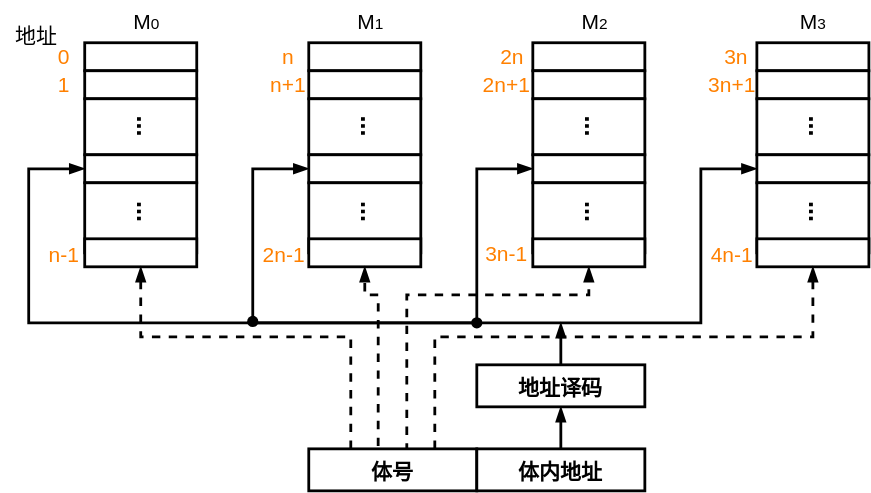
Earlier version of the draw.io export pictures/计算机组成原理-高位交叉编址.drawio.svg (creatern/NoteBook). Source tidied: cells renumbered, new cells last; positions are measured from the earlier drawing's top-left corner, leaving out a move shared by most shapes. Source of this version:
```xml
<mxGraphModel>
  <root>
    <mxCell id="0" />
    <mxCell id="1" parent="0" />
    <mxCell id="2" style="rounded=0;whiteSpace=wrap;html=1;strokeWidth=2;fontSize=22;" parent="1" vertex="1">
      <mxGeometry x="60" y="30" width="80" height="20" as="geometry" />
    </mxCell>
    <mxCell id="3" style="rounded=0;whiteSpace=wrap;html=1;strokeWidth=2;fontSize=22;" parent="1" vertex="1">
      <mxGeometry x="60" y="50" width="80" height="20" as="geometry" />
    </mxCell>
    <mxCell id="4" style="rounded=0;whiteSpace=wrap;html=1;strokeWidth=2;fontSize=22;" parent="1" vertex="1">
      <mxGeometry x="60" y="70" width="80" height="40" as="geometry" />
    </mxCell>
    <mxCell id="5" style="rounded=0;whiteSpace=wrap;html=1;strokeWidth=2;fontSize=22;" parent="1" vertex="1">
      <mxGeometry x="60" y="110" width="80" height="20" as="geometry" />
    </mxCell>
    <mxCell id="6" style="rounded=0;whiteSpace=wrap;html=1;strokeWidth=2;fontSize=22;" parent="1" vertex="1">
      <mxGeometry x="60" y="130" width="80" height="50" as="geometry" />
    </mxCell>
    <mxCell id="7" style="rounded=0;whiteSpace=wrap;html=1;strokeWidth=2;fontSize=22;" parent="1" vertex="1">
      <mxGeometry x="60" y="170" width="80" height="20" as="geometry" />
    </mxCell>
    <mxCell id="8" value="&lt;b&gt;&lt;font style=&quot;font-size: 18px;&quot;&gt;...&lt;/font&gt;&lt;/b&gt;" style="text;html=1;strokeColor=none;fillColor=none;align=center;verticalAlign=middle;whiteSpace=wrap;rounded=0;rotation=90;" parent="1" vertex="1">
      <mxGeometry x="74" y="136" width="60" height="30" as="geometry" />
    </mxCell>
    <mxCell id="9" value="&lt;b&gt;&lt;font style=&quot;font-size: 18px;&quot;&gt;...&lt;/font&gt;&lt;/b&gt;" style="text;html=1;strokeColor=none;fillColor=none;align=center;verticalAlign=middle;whiteSpace=wrap;rounded=0;rotation=90;" parent="1" vertex="1">
      <mxGeometry x="74" y="75" width="60" height="30" as="geometry" />
    </mxCell>
    <mxCell id="10" value="&lt;font style=&quot;font-size: 15px;&quot;&gt;地址&lt;/font&gt;" style="text;html=1;align=center;verticalAlign=middle;strokeColor=none;fillColor=none;" parent="1" vertex="1">
      <mxGeometry y="10" width="50" height="30" as="geometry" />
    </mxCell>
    <mxCell id="11" value="&lt;font style=&quot;font-size: 15px;&quot;&gt;0&lt;/font&gt;" style="text;html=1;align=center;verticalAlign=middle;strokeColor=none;fillColor=none;fontColor=#FF8000;fontStyle=0;" parent="1" vertex="1">
      <mxGeometry x="30" y="25" width="30" height="30" as="geometry" />
    </mxCell>
    <mxCell id="12" value="&lt;font style=&quot;font-size: 15px;&quot;&gt;1&lt;/font&gt;" style="text;html=1;align=center;verticalAlign=middle;strokeColor=none;fillColor=none;fontColor=#FF8000;fontStyle=0;" parent="1" vertex="1">
      <mxGeometry x="30" y="45" width="30" height="30" as="geometry" />
    </mxCell>
    <mxCell id="13" value="&lt;font style=&quot;font-size: 15px;&quot;&gt;n-1&lt;/font&gt;" style="text;html=1;align=center;verticalAlign=middle;strokeColor=none;fillColor=none;fontColor=#FF8000;fontStyle=0;" parent="1" vertex="1">
      <mxGeometry x="20" y="166" width="50" height="30" as="geometry" />
    </mxCell>
    <mxCell id="14" style="rounded=0;whiteSpace=wrap;html=1;strokeWidth=2;fontSize=22;" parent="1" vertex="1">
      <mxGeometry x="220" y="30" width="80" height="20" as="geometry" />
    </mxCell>
    <mxCell id="15" style="rounded=0;whiteSpace=wrap;html=1;strokeWidth=2;fontSize=22;" parent="1" vertex="1">
      <mxGeometry x="220" y="50" width="80" height="20" as="geometry" />
    </mxCell>
    <mxCell id="16" style="rounded=0;whiteSpace=wrap;html=1;strokeWidth=2;fontSize=22;" parent="1" vertex="1">
      <mxGeometry x="220" y="70" width="80" height="40" as="geometry" />
    </mxCell>
    <mxCell id="17" style="edgeStyle=orthogonalEdgeStyle;shape=connector;rounded=0;jettySize=auto;html=1;exitX=0;exitY=0.5;exitDx=0;exitDy=0;entryX=0;entryY=0.5;entryDx=0;entryDy=0;labelBackgroundColor=default;strokeColor=default;strokeWidth=2;fontFamily=Helvetica;fontSize=11;fontColor=default;endArrow=blockThin;endFill=1;startArrow=blockThin;startFill=1;" parent="1" edge="1" source="41" target="5">
      <mxGeometry relative="1" as="geometry">
        <Array as="points">
          <mxPoint x="500" y="120" />
          <mxPoint x="500" y="230" />
          <mxPoint x="20" y="230" />
          <mxPoint x="20" y="120" />
        </Array>
      </mxGeometry>
    </mxCell>
    <mxCell id="18" style="edgeStyle=orthogonalEdgeStyle;shape=connector;rounded=0;jettySize=auto;html=1;exitX=0;exitY=0.5;exitDx=0;exitDy=0;entryX=0;entryY=0.5;entryDx=0;entryDy=0;labelBackgroundColor=default;strokeColor=default;strokeWidth=2;fontFamily=Helvetica;fontSize=11;fontColor=default;startArrow=blockThin;startFill=1;endArrow=blockThin;endFill=1;" parent="1" edge="1" source="19" target="30">
      <mxGeometry relative="1" as="geometry">
        <Array as="points">
          <mxPoint x="180" y="120" />
          <mxPoint x="180" y="230" />
          <mxPoint x="340" y="230" />
          <mxPoint x="340" y="120" />
        </Array>
      </mxGeometry>
    </mxCell>
    <mxCell id="19" style="rounded=0;whiteSpace=wrap;html=1;strokeWidth=2;fontSize=22;" parent="1" vertex="1">
      <mxGeometry x="220" y="110" width="80" height="20" as="geometry" />
    </mxCell>
    <mxCell id="20" style="rounded=0;whiteSpace=wrap;html=1;strokeWidth=2;fontSize=22;" parent="1" vertex="1">
      <mxGeometry x="220" y="130" width="80" height="50" as="geometry" />
    </mxCell>
    <mxCell id="21" style="rounded=0;whiteSpace=wrap;html=1;strokeWidth=2;fontSize=22;" parent="1" vertex="1">
      <mxGeometry x="220" y="170" width="80" height="20" as="geometry" />
    </mxCell>
    <mxCell id="22" value="&lt;b&gt;&lt;font style=&quot;font-size: 18px;&quot;&gt;...&lt;/font&gt;&lt;/b&gt;" style="text;html=1;strokeColor=none;fillColor=none;align=center;verticalAlign=middle;whiteSpace=wrap;rounded=0;rotation=90;" parent="1" vertex="1">
      <mxGeometry x="234" y="136" width="60" height="30" as="geometry" />
    </mxCell>
    <mxCell id="23" value="&lt;b&gt;&lt;font style=&quot;font-size: 18px;&quot;&gt;...&lt;/font&gt;&lt;/b&gt;" style="text;html=1;strokeColor=none;fillColor=none;align=center;verticalAlign=middle;whiteSpace=wrap;rounded=0;rotation=90;" parent="1" vertex="1">
      <mxGeometry x="234" y="75" width="60" height="30" as="geometry" />
    </mxCell>
    <mxCell id="24" value="&lt;font style=&quot;font-size: 15px;&quot;&gt;n&lt;/font&gt;" style="text;html=1;align=center;verticalAlign=middle;strokeColor=none;fillColor=none;fontColor=#FF8000;fontStyle=0;" parent="1" vertex="1">
      <mxGeometry x="190" y="25" width="30" height="30" as="geometry" />
    </mxCell>
    <mxCell id="25" value="&lt;font style=&quot;font-size: 15px;&quot;&gt;n+1&lt;/font&gt;" style="text;html=1;align=center;verticalAlign=middle;strokeColor=none;fillColor=none;fontColor=#FF8000;fontStyle=0;" parent="1" vertex="1">
      <mxGeometry x="180" y="45" width="50" height="30" as="geometry" />
    </mxCell>
    <mxCell id="26" value="&lt;font style=&quot;font-size: 15px;&quot;&gt;2n-1&lt;/font&gt;" style="text;html=1;align=center;verticalAlign=middle;strokeColor=none;fillColor=none;fontColor=#FF8000;fontStyle=0;" parent="1" vertex="1">
      <mxGeometry x="177" y="166" width="50" height="30" as="geometry" />
    </mxCell>
    <mxCell id="27" style="rounded=0;whiteSpace=wrap;html=1;strokeWidth=2;fontSize=22;" parent="1" vertex="1">
      <mxGeometry x="380" y="30" width="80" height="20" as="geometry" />
    </mxCell>
    <mxCell id="28" style="rounded=0;whiteSpace=wrap;html=1;strokeWidth=2;fontSize=22;" parent="1" vertex="1">
      <mxGeometry x="380" y="50" width="80" height="20" as="geometry" />
    </mxCell>
    <mxCell id="29" style="rounded=0;whiteSpace=wrap;html=1;strokeWidth=2;fontSize=22;" parent="1" vertex="1">
      <mxGeometry x="380" y="70" width="80" height="40" as="geometry" />
    </mxCell>
    <mxCell id="30" style="rounded=0;whiteSpace=wrap;html=1;strokeWidth=2;fontSize=22;" parent="1" vertex="1">
      <mxGeometry x="380" y="110" width="80" height="20" as="geometry" />
    </mxCell>
    <mxCell id="31" style="rounded=0;whiteSpace=wrap;html=1;strokeWidth=2;fontSize=22;" parent="1" vertex="1">
      <mxGeometry x="380" y="130" width="80" height="50" as="geometry" />
    </mxCell>
    <mxCell id="32" style="rounded=0;whiteSpace=wrap;html=1;strokeWidth=2;fontSize=22;" parent="1" vertex="1">
      <mxGeometry x="380" y="170" width="80" height="20" as="geometry" />
    </mxCell>
    <mxCell id="33" value="&lt;b&gt;&lt;font style=&quot;font-size: 18px;&quot;&gt;...&lt;/font&gt;&lt;/b&gt;" style="text;html=1;strokeColor=none;fillColor=none;align=center;verticalAlign=middle;whiteSpace=wrap;rounded=0;rotation=90;" parent="1" vertex="1">
      <mxGeometry x="394" y="136" width="60" height="30" as="geometry" />
    </mxCell>
    <mxCell id="34" value="&lt;b&gt;&lt;font style=&quot;font-size: 18px;&quot;&gt;...&lt;/font&gt;&lt;/b&gt;" style="text;html=1;strokeColor=none;fillColor=none;align=center;verticalAlign=middle;whiteSpace=wrap;rounded=0;rotation=90;" parent="1" vertex="1">
      <mxGeometry x="394" y="75" width="60" height="30" as="geometry" />
    </mxCell>
    <mxCell id="35" value="&lt;font style=&quot;font-size: 15px;&quot;&gt;2n&lt;/font&gt;" style="text;html=1;align=center;verticalAlign=middle;strokeColor=none;fillColor=none;fontColor=#FF8000;fontStyle=0;" parent="1" vertex="1">
      <mxGeometry x="345" y="25" width="40" height="30" as="geometry" />
    </mxCell>
    <mxCell id="36" value="&lt;font style=&quot;font-size: 15px;&quot;&gt;2n+1&lt;/font&gt;" style="text;html=1;align=center;verticalAlign=middle;strokeColor=none;fillColor=none;fontColor=#FF8000;fontStyle=0;" parent="1" vertex="1">
      <mxGeometry x="331" y="45" width="60" height="30" as="geometry" />
    </mxCell>
    <mxCell id="37" value="&lt;font style=&quot;font-size: 15px;&quot;&gt;3n-1&lt;/font&gt;" style="text;html=1;align=center;verticalAlign=middle;strokeColor=none;fillColor=none;fontColor=#FF8000;fontStyle=0;" parent="1" vertex="1">
      <mxGeometry x="336" y="165" width="50" height="30" as="geometry" />
    </mxCell>
    <mxCell id="38" style="rounded=0;whiteSpace=wrap;html=1;strokeWidth=2;fontSize=22;" parent="1" vertex="1">
      <mxGeometry x="540" y="30" width="80" height="20" as="geometry" />
    </mxCell>
    <mxCell id="39" style="rounded=0;whiteSpace=wrap;html=1;strokeWidth=2;fontSize=22;" parent="1" vertex="1">
      <mxGeometry x="540" y="50" width="80" height="20" as="geometry" />
    </mxCell>
    <mxCell id="40" style="rounded=0;whiteSpace=wrap;html=1;strokeWidth=2;fontSize=22;" parent="1" vertex="1">
      <mxGeometry x="540" y="70" width="80" height="40" as="geometry" />
    </mxCell>
    <mxCell id="41" style="rounded=0;whiteSpace=wrap;html=1;strokeWidth=2;fontSize=22;" parent="1" vertex="1">
      <mxGeometry x="540" y="110" width="80" height="20" as="geometry" />
    </mxCell>
    <mxCell id="42" style="rounded=0;whiteSpace=wrap;html=1;strokeWidth=2;fontSize=22;" parent="1" vertex="1">
      <mxGeometry x="540" y="130" width="80" height="50" as="geometry" />
    </mxCell>
    <mxCell id="43" style="rounded=0;whiteSpace=wrap;html=1;strokeWidth=2;fontSize=22;" parent="1" vertex="1">
      <mxGeometry x="540" y="170" width="80" height="20" as="geometry" />
    </mxCell>
    <mxCell id="44" value="&lt;b&gt;&lt;font style=&quot;font-size: 18px;&quot;&gt;...&lt;/font&gt;&lt;/b&gt;" style="text;html=1;strokeColor=none;fillColor=none;align=center;verticalAlign=middle;whiteSpace=wrap;rounded=0;rotation=90;" parent="1" vertex="1">
      <mxGeometry x="554" y="136" width="60" height="30" as="geometry" />
    </mxCell>
    <mxCell id="45" value="&lt;b&gt;&lt;font style=&quot;font-size: 18px;&quot;&gt;...&lt;/font&gt;&lt;/b&gt;" style="text;html=1;strokeColor=none;fillColor=none;align=center;verticalAlign=middle;whiteSpace=wrap;rounded=0;rotation=90;" parent="1" vertex="1">
      <mxGeometry x="554" y="75" width="60" height="30" as="geometry" />
    </mxCell>
    <mxCell id="46" value="&lt;font style=&quot;font-size: 15px;&quot;&gt;3n&lt;/font&gt;" style="text;html=1;align=center;verticalAlign=middle;strokeColor=none;fillColor=none;fontColor=#FF8000;fontStyle=0;" parent="1" vertex="1">
      <mxGeometry x="505" y="25" width="40" height="30" as="geometry" />
    </mxCell>
    <mxCell id="47" value="&lt;font style=&quot;font-size: 15px;&quot;&gt;3n+1&lt;/font&gt;" style="text;html=1;align=center;verticalAlign=middle;strokeColor=none;fillColor=none;fontColor=#FF8000;fontStyle=0;" parent="1" vertex="1">
      <mxGeometry x="492" y="45" width="60" height="30" as="geometry" />
    </mxCell>
    <mxCell id="48" value="&lt;font style=&quot;font-size: 15px;&quot;&gt;4n-1&lt;/font&gt;" style="text;html=1;align=center;verticalAlign=middle;strokeColor=none;fillColor=none;fontColor=#FF8000;fontStyle=0;" parent="1" vertex="1">
      <mxGeometry x="497" y="166" width="50" height="30" as="geometry" />
    </mxCell>
    <mxCell id="49" style="edgeStyle=orthogonalEdgeStyle;shape=connector;rounded=0;jettySize=auto;html=1;exitX=0.25;exitY=0;exitDx=0;exitDy=0;entryX=0.5;entryY=1;entryDx=0;entryDy=0;labelBackgroundColor=default;strokeColor=default;strokeWidth=2;fontFamily=Helvetica;fontSize=11;fontColor=default;startArrow=none;startFill=0;endArrow=blockThin;endFill=1;dashed=1;" parent="1" edge="1" source="53" target="7">
      <mxGeometry relative="1" as="geometry">
        <Array as="points">
          <mxPoint x="250" y="240" />
          <mxPoint x="100" y="240" />
        </Array>
      </mxGeometry>
    </mxCell>
    <mxCell id="50" style="edgeStyle=orthogonalEdgeStyle;shape=connector;rounded=0;jettySize=auto;html=1;exitX=0.75;exitY=0;exitDx=0;exitDy=0;entryX=0.5;entryY=1;entryDx=0;entryDy=0;dashed=1;labelBackgroundColor=default;strokeColor=default;strokeWidth=2;fontFamily=Helvetica;fontSize=11;fontColor=default;startArrow=none;startFill=0;endArrow=blockThin;endFill=1;" parent="1" edge="1" source="53" target="43">
      <mxGeometry relative="1" as="geometry">
        <Array as="points">
          <mxPoint x="310" y="240" />
          <mxPoint x="580" y="240" />
        </Array>
      </mxGeometry>
    </mxCell>
    <mxCell id="51" style="edgeStyle=orthogonalEdgeStyle;shape=connector;rounded=0;jettySize=auto;html=1;exitX=0.413;exitY=-0.067;exitDx=0;exitDy=0;entryX=0.5;entryY=1;entryDx=0;entryDy=0;dashed=1;labelBackgroundColor=default;strokeColor=default;strokeWidth=2;fontFamily=Helvetica;fontSize=11;fontColor=default;startArrow=none;startFill=0;endArrow=blockThin;endFill=1;exitPerimeter=0;" parent="1" edge="1" source="53" target="21">
      <mxGeometry relative="1" as="geometry">
        <Array as="points">
          <mxPoint x="270" y="210" />
          <mxPoint x="260" y="210" />
        </Array>
      </mxGeometry>
    </mxCell>
    <mxCell id="52" style="edgeStyle=orthogonalEdgeStyle;shape=connector;rounded=0;jettySize=auto;html=1;exitX=0.592;exitY=0.033;exitDx=0;exitDy=0;entryX=0.5;entryY=1;entryDx=0;entryDy=0;dashed=1;labelBackgroundColor=default;strokeColor=default;strokeWidth=2;fontFamily=Helvetica;fontSize=11;fontColor=default;startArrow=none;startFill=0;endArrow=blockThin;endFill=1;exitPerimeter=0;" parent="1" edge="1" source="53" target="32">
      <mxGeometry relative="1" as="geometry">
        <Array as="points">
          <mxPoint x="290" y="321" />
          <mxPoint x="290" y="210" />
          <mxPoint x="420" y="210" />
        </Array>
      </mxGeometry>
    </mxCell>
    <mxCell id="53" value="&lt;font style=&quot;font-size: 15px;&quot;&gt;体号&lt;/font&gt;" style="rounded=0;whiteSpace=wrap;html=1;strokeWidth=2;fontSize=22;fontStyle=1;" parent="1" vertex="1">
      <mxGeometry x="220" y="320" width="120" height="30" as="geometry" />
    </mxCell>
    <mxCell id="54" style="edgeStyle=orthogonalEdgeStyle;rounded=0;jettySize=auto;html=1;exitX=0.5;exitY=0;exitDx=0;exitDy=0;entryX=0.5;entryY=1;entryDx=0;entryDy=0;endArrow=blockThin;endFill=1;strokeWidth=2;" parent="1" edge="1" source="55" target="57">
      <mxGeometry relative="1" as="geometry" />
    </mxCell>
    <mxCell id="55" value="&lt;font style=&quot;font-size: 15px;&quot;&gt;体内地址&lt;/font&gt;" style="rounded=0;whiteSpace=wrap;html=1;strokeWidth=2;fontSize=22;fontStyle=1;" parent="1" vertex="1">
      <mxGeometry x="340" y="320" width="120" height="30" as="geometry" />
    </mxCell>
    <mxCell id="56" style="edgeStyle=orthogonalEdgeStyle;rounded=0;jettySize=auto;html=1;exitX=0.5;exitY=0;exitDx=0;exitDy=0;endArrow=blockThin;endFill=1;strokeWidth=2;" parent="1" edge="1" source="57">
      <mxGeometry relative="1" as="geometry">
        <mxPoint x="400" y="230" as="targetPoint" />
      </mxGeometry>
    </mxCell>
    <mxCell id="57" value="&lt;font style=&quot;font-size: 15px;&quot;&gt;地址译码&lt;/font&gt;" style="rounded=0;whiteSpace=wrap;html=1;strokeWidth=2;fontSize=22;fontStyle=1;" parent="1" vertex="1">
      <mxGeometry x="340" y="260" width="120" height="30" as="geometry" />
    </mxCell>
    <mxCell id="58" style="shape=waypoint;sketch=0;fillStyle=solid;size=6;fillColor=none;perimeter=centerPerimeter;fontFamily=Helvetica;fontSize=11;fontColor=default;strokeWidth=2;" parent="1" vertex="1">
      <mxGeometry x="170" y="219" width="20" height="20" as="geometry" />
    </mxCell>
    <mxCell id="59" style="shape=waypoint;sketch=0;fillStyle=solid;size=6;fillColor=none;perimeter=centerPerimeter;fontFamily=Helvetica;fontSize=11;fontColor=default;strokeWidth=2;" parent="1" vertex="1">
      <mxGeometry x="330" y="220" width="20" height="20" as="geometry" />
    </mxCell>
    <mxCell id="60" value="&lt;font style=&quot;font-size: 15px;&quot;&gt;M&lt;/font&gt;&lt;font style=&quot;font-size: 11px;&quot;&gt;0&lt;/font&gt;" style="text;html=1;align=center;verticalAlign=middle;strokeColor=none;fillColor=none;" parent="1" vertex="1">
      <mxGeometry x="84" width="40" height="30" as="geometry" />
    </mxCell>
    <mxCell id="61" value="&lt;font style=&quot;font-size: 15px;&quot;&gt;M&lt;/font&gt;&lt;font style=&quot;font-size: 11px;&quot;&gt;1&lt;/font&gt;" style="text;html=1;align=center;verticalAlign=middle;strokeColor=none;fillColor=none;" parent="1" vertex="1">
      <mxGeometry x="244" width="40" height="30" as="geometry" />
    </mxCell>
    <mxCell id="62" value="&lt;font style=&quot;font-size: 15px;&quot;&gt;M&lt;/font&gt;&lt;font style=&quot;font-size: 11px;&quot;&gt;2&lt;/font&gt;" style="text;html=1;align=center;verticalAlign=middle;strokeColor=none;fillColor=none;" parent="1" vertex="1">
      <mxGeometry x="404" width="40" height="30" as="geometry" />
    </mxCell>
    <mxCell id="63" value="&lt;font style=&quot;font-size: 15px;&quot;&gt;M&lt;/font&gt;&lt;font style=&quot;font-size: 11px;&quot;&gt;3&lt;/font&gt;" style="text;html=1;align=center;verticalAlign=middle;strokeColor=none;fillColor=none;" parent="1" vertex="1">
      <mxGeometry x="560" width="40" height="30" as="geometry" />
    </mxCell>
  </root>
</mxGraphModel>
```
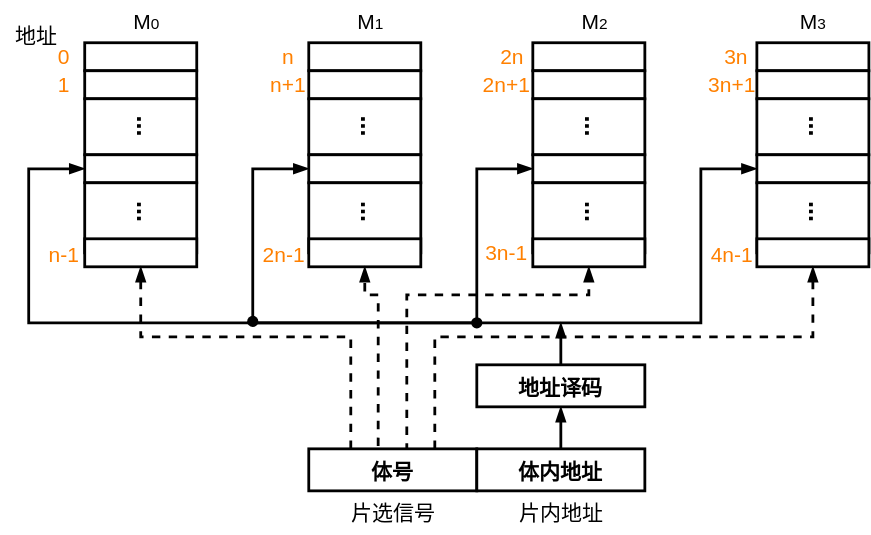
The same diagram one commit later.

The edit, as a diff of the source:
```diff
@@ -225,5 +225,11 @@
     <mxCell id="63" value="&lt;font style=&quot;font-size: 15px;&quot;&gt;M&lt;/font&gt;&lt;font style=&quot;font-size: 11px;&quot;&gt;3&lt;/font&gt;" style="text;html=1;align=center;verticalAlign=middle;strokeColor=none;fillColor=none;" parent="1" vertex="1">
       <mxGeometry x="560" width="40" height="30" as="geometry" />
     </mxCell>
+    <mxCell id="64" value="片选信号" style="text;html=1;strokeColor=none;fillColor=none;align=center;verticalAlign=middle;whiteSpace=wrap;rounded=0;strokeWidth=2;fontSize=15;" parent="1" vertex="1">
+      <mxGeometry x="237.5" y="350" width="85" height="30" as="geometry" />
+    </mxCell>
+    <mxCell id="65" value="片内地址" style="text;html=1;strokeColor=none;fillColor=none;align=center;verticalAlign=middle;whiteSpace=wrap;rounded=0;strokeWidth=2;fontSize=15;" parent="1" vertex="1">
+      <mxGeometry x="357.5" y="350" width="85" height="30" as="geometry" />
+    </mxCell>
   </root>
 </mxGraphModel>
```
